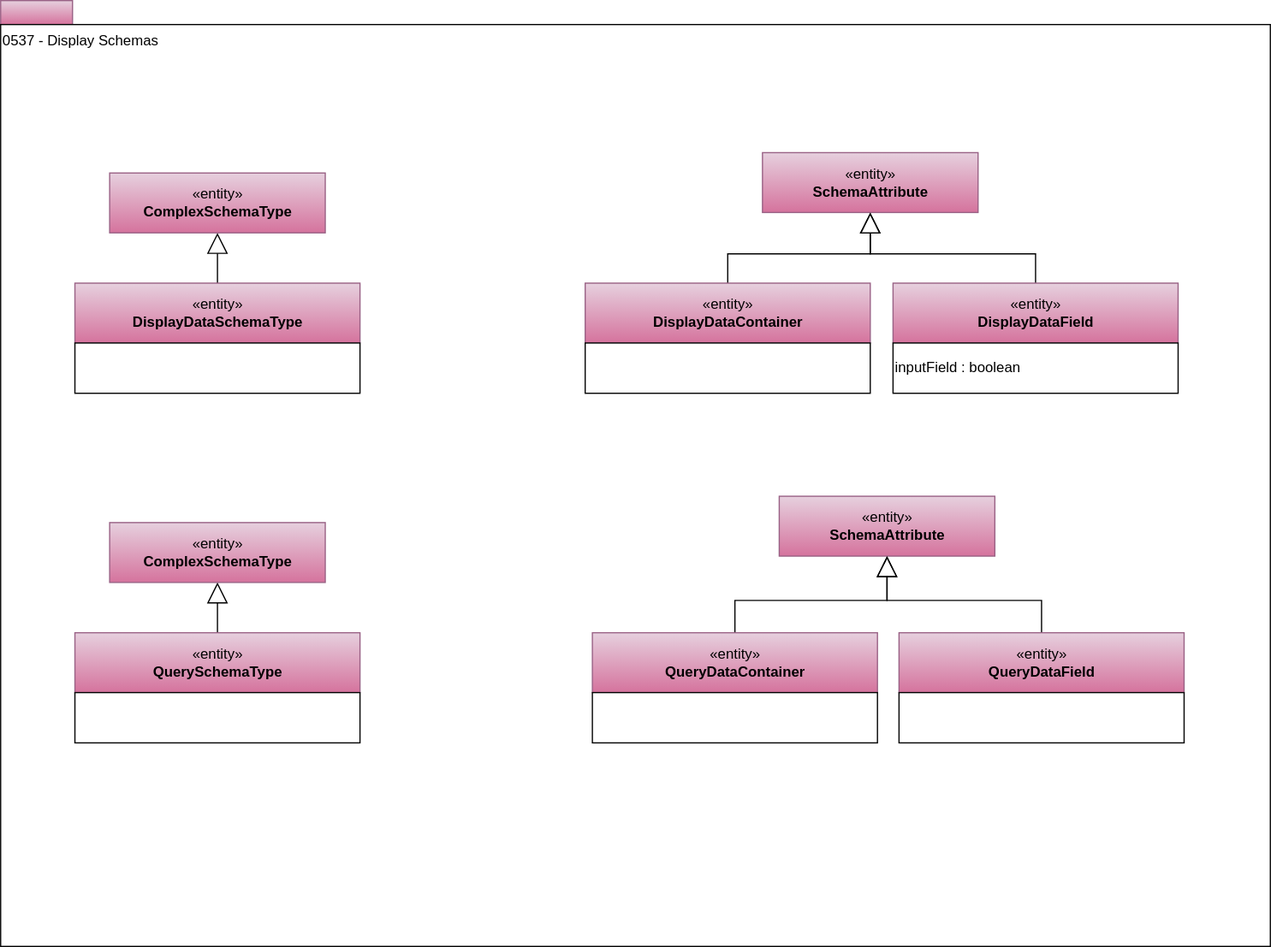
Above: site/docs/types/5/0537-Display-Schemas.svg in odpi/egeria-docs (draw.io), before the change. Source tidied: cells renumbered, new cells last; positions are measured from the earlier drawing's top-left corner, leaving out a move shared by most shapes.
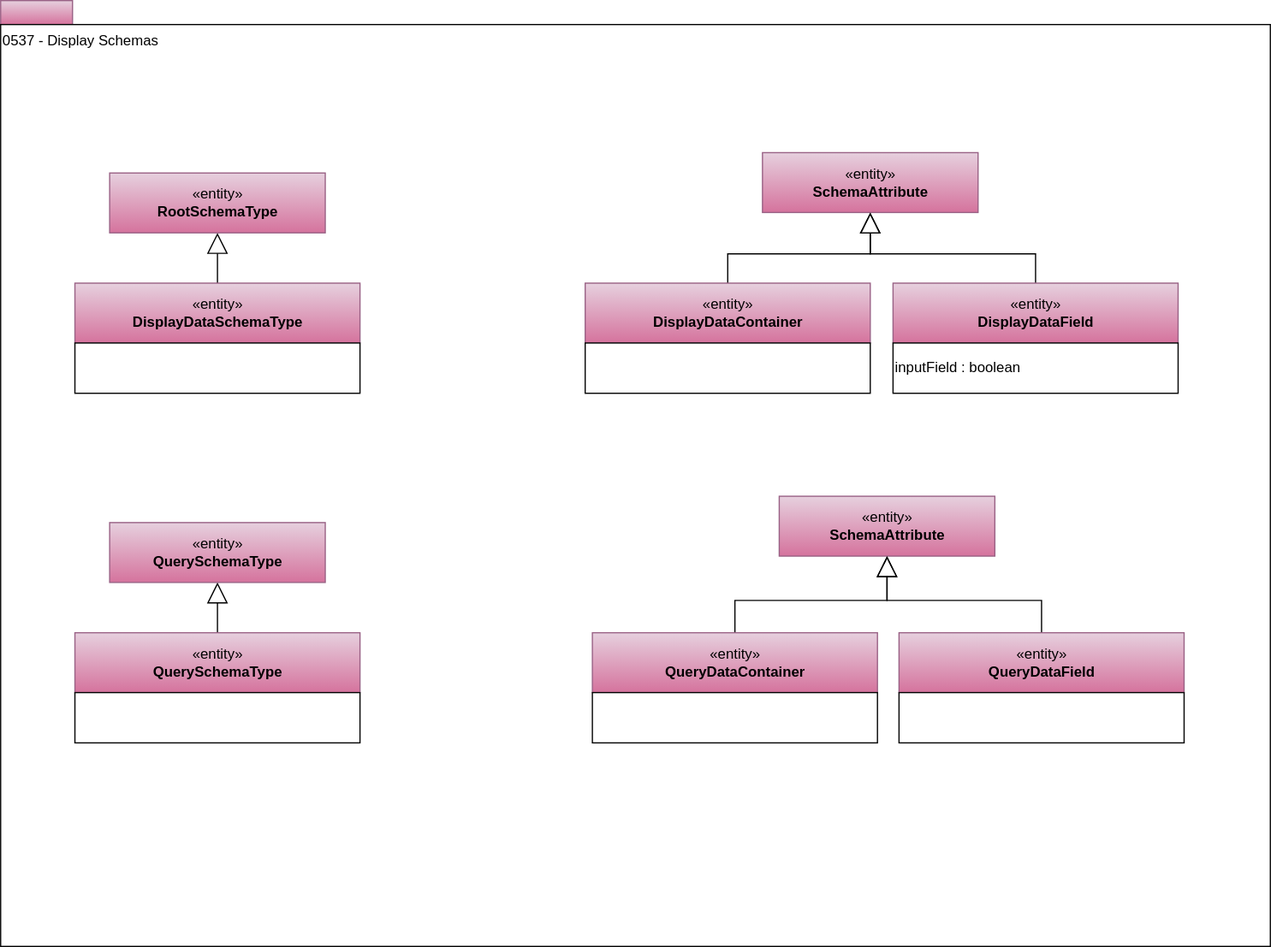
Above is the later version.

Change to the diagram source:
```diff
@@ -29,7 +29,7 @@
     <mxCell id="10" style="rounded=0;whiteSpace=wrap;html=1;strokeColor=#000000;gradientColor=#ffffff;align=left;" parent="1" vertex="1">
       <mxGeometry x="62" y="286" width="238" height="42" as="geometry" />
     </mxCell>
-    <mxCell id="11" value="«entity»&lt;br&gt;&lt;b&gt;ComplexSchemaType&lt;/b&gt;" style="html=1;strokeColor=#996185;align=center;fillColor=#e6d0de;gradientColor=#d5739d;" parent="1" vertex="1">
+    <mxCell id="11" value="«entity»&lt;br&gt;&lt;b&gt;RootSchemaType&lt;/b&gt;" style="html=1;strokeColor=#996185;align=center;fillColor=#e6d0de;gradientColor=#d5739d;" parent="1" vertex="1">
       <mxGeometry x="91" y="144" width="180" height="50" as="geometry" />
     </mxCell>
     <mxCell id="12" style="edgeStyle=orthogonalEdgeStyle;rounded=0;jettySize=auto;html=1;endArrow=block;endFill=0;endSize=15;" parent="1" edge="1" source="13" target="15">
@@ -41,7 +41,7 @@
     <mxCell id="14" style="rounded=0;whiteSpace=wrap;html=1;strokeColor=#000000;gradientColor=#ffffff;align=left;" parent="1" vertex="1">
       <mxGeometry x="62" y="578" width="238" height="42" as="geometry" />
     </mxCell>
-    <mxCell id="15" value="«entity»&lt;br&gt;&lt;b&gt;ComplexSchemaType&lt;/b&gt;" style="html=1;strokeColor=#996185;align=center;fillColor=#e6d0de;gradientColor=#d5739d;" parent="1" vertex="1">
+    <mxCell id="15" value="«entity»&lt;br&gt;&lt;b&gt;QuerySchemaType&lt;/b&gt;" style="html=1;strokeColor=#996185;align=center;fillColor=#e6d0de;gradientColor=#d5739d;" parent="1" vertex="1">
       <mxGeometry x="91" y="436" width="180" height="50" as="geometry" />
     </mxCell>
     <mxCell id="16" style="edgeStyle=orthogonalEdgeStyle;rounded=0;jettySize=auto;html=1;endArrow=block;endFill=0;endSize=15;" parent="1" edge="1" source="17" target="19">
```
